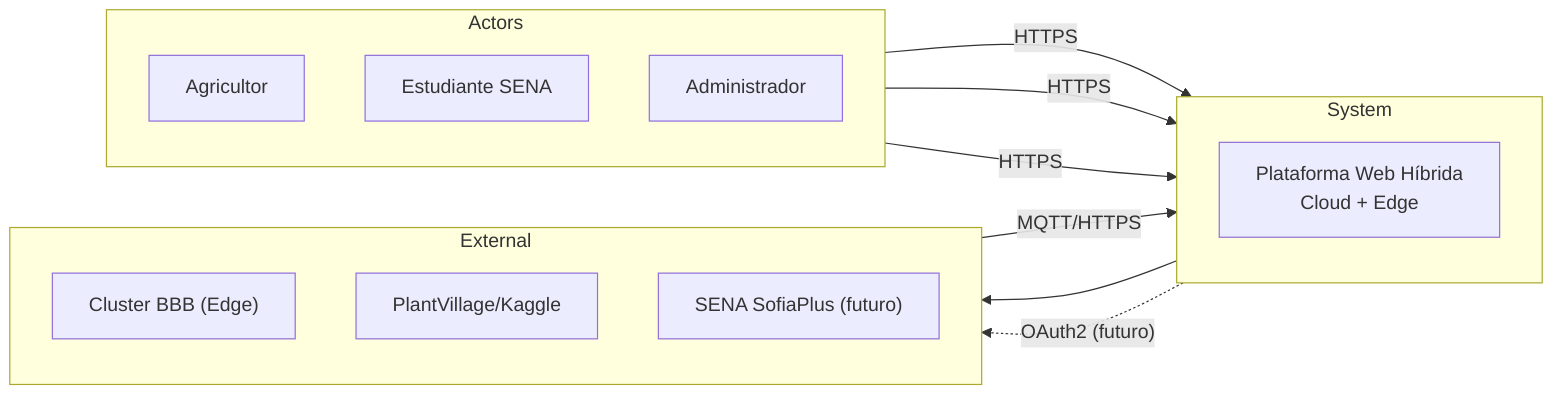
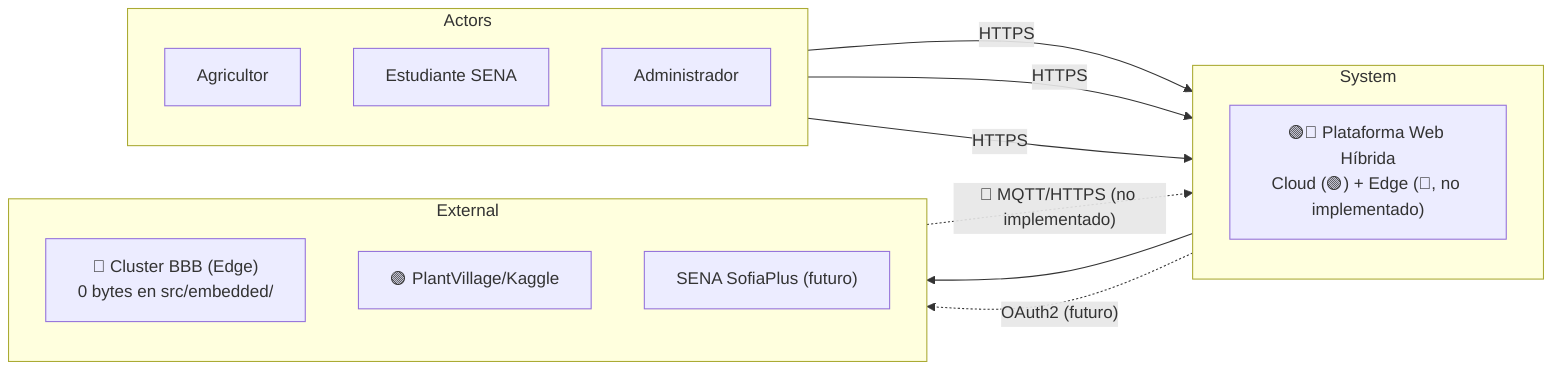
+ %% Convención: 🟢 Implementado · 🔷 Objetivo, no implementado · ⚪ Especulativo
+ %% Evidencia: src/embedded/bbb_01_gateway/mqtt_broker.py, bbb_02_ia_edge/tflite_api.py,
+ %% bbb_03_sensors/sensor_reader.py están en 0 bytes (CLAUDE.md, verificado 19/20-jul-2026).
+ 
flowchart LR
  %% C4: Contexto del sistema (Nivel 1)
  subgraph Actors
    direction TB
    Farmer["Agricultor"]
    Student["Estudiante SENA"]
    Admin["Administrador"]
  end

  subgraph System
    direction TB
-     Context["Plataforma Web Híbrida\nCloud + Edge"]
+     Context["🟢🔷 Plataforma Web Híbrida\nCloud (🟢) + Edge (🔷, no implementado)"]
  end

  subgraph External
    direction TB
-     BBB["Cluster BBB (Edge)"]
-     PV["PlantVillage/Kaggle"]
+     BBB["🔷 Cluster BBB (Edge)<br/>0 bytes en src/embedded/"]
+     PV["🟢 PlantVillage/Kaggle"]
    SENA["SENA SofiaPlus (futuro)"]
  end

  Farmer -->|HTTPS| Context
  Student -->|HTTPS| Context
  Admin -->|HTTPS| Context
-   BBB -->|MQTT/HTTPS| Context
+   BBB -.->|"🔷 MQTT/HTTPS (no implementado)"| Context
  Context --> PV
  Context -.->|"OAuth2 (futuro)"| SENA